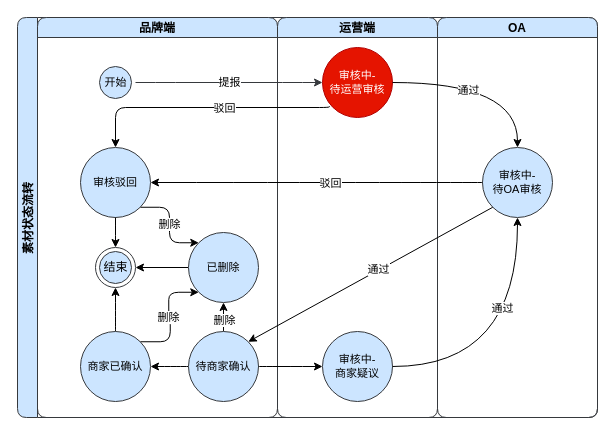
Earlier version of the draw.io diagram 素材智能识别/素材状态流转图.drawio (numberchc/drawio). Source tidied: cells renumbered, new cells numbered last; positions are measured from the earlier drawing's top-left corner, leaving out a move shared by most shapes. Both pictures are drawn from the tidied source at 100%, with x=0, y=0 at pixel (17, 17).
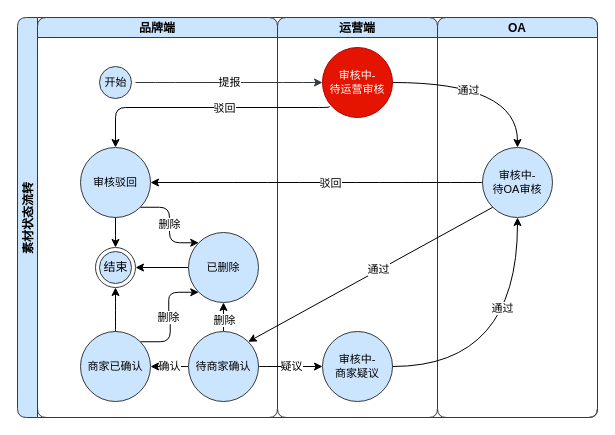
The same diagram, later.

Commit message (it also covers changes not shown here):
更新素材状态流转图.drawio

The change refers to these unchanged cells:
```xml
<mxCell id="3" value="品牌端" style="swimlane;startSize=20;rounded=1;fillColor=#cce5ff;strokeColor=#36393d;" parent="2" vertex="1">
  <mxGeometry x="20" width="240" height="400" as="geometry" />
</mxCell>
<mxCell id="11" value="&lt;font style=&quot;font-size: 11px;&quot;&gt;商家已确认&lt;br&gt;&lt;/font&gt;" style="ellipse;whiteSpace=wrap;html=1;fontSize=8;rounded=1;fillColor=#cce5ff;strokeColor=#36393d;" parent="3" vertex="1">
  <mxGeometry x="43" y="314" width="70" height="70" as="geometry" />
</mxCell>
<mxCell id="15" value="&lt;font style=&quot;font-size: 11px;&quot;&gt;待商家确认&lt;br&gt;&lt;/font&gt;" style="ellipse;whiteSpace=wrap;html=1;fontSize=8;rounded=1;fillColor=#cce5ff;strokeColor=#36393d;" parent="3" vertex="1">
  <mxGeometry x="151" y="314" width="70" height="70" as="geometry" />
</mxCell>
<mxCell id="24" style="edgeStyle=orthogonalEdgeStyle;curved=1;rounded=1;jettySize=auto;html=1;entryX=0;entryY=0.5;entryDx=0;entryDy=0;fontSize=11;" parent="2" edge="1" source="15" target="20">
  <mxGeometry relative="1" as="geometry" />
</mxCell>
```

Change to the diagram source:
```diff
@@
-    <mxCell id="12" style="edgeStyle=orthogonalEdgeStyle;curved=1;rounded=1;jettySize=auto;html=1;exitX=0;exitY=0.5;exitDx=0;exitDy=0;entryX=1;entryY=0.5;entryDx=0;entryDy=0;fontSize=11;" parent="3" edge="1" source="15" target="11">
+    <mxCell id="12" value="确认" style="edgeStyle=orthogonalEdgeStyle;curved=1;rounded=1;jettySize=auto;html=1;exitX=0;exitY=0.5;exitDx=0;exitDy=0;entryX=1;entryY=0.5;entryDx=0;entryDy=0;fontSize=11;" parent="3" edge="1" source="15" target="11">
       <mxGeometry relative="1" as="geometry" />
     </mxCell>
@@
+    <mxCell id="35" value="疑议" style="edgeLabel;html=1;align=center;verticalAlign=middle;fontSize=11;" parent="24" vertex="1">
+      <mxGeometry x="-0.01" y="1" relative="1" as="geometry" />
+    </mxCell>
```
